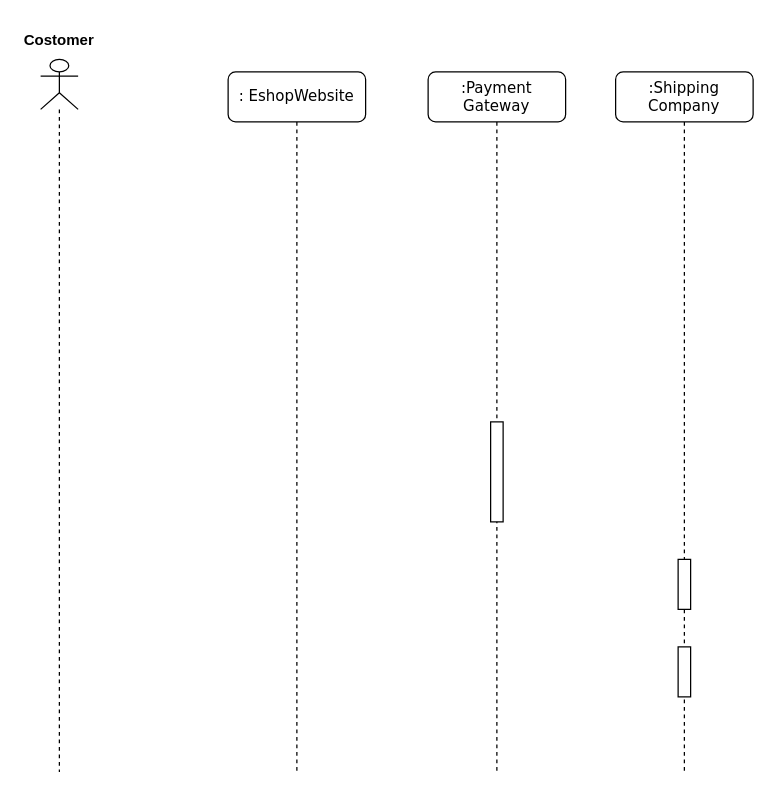
Earlier version of the draw.io diagram sequence Diagram.drawio (Arxonus/Programms). Source tidied: cells renumbered, new cells numbered last; positions are measured from the earlier drawing's top-left corner, leaving out a move shared by most shapes. Both pictures are drawn from the tidied source at 125%, with x=0, y=0 at pixel (21, 21).
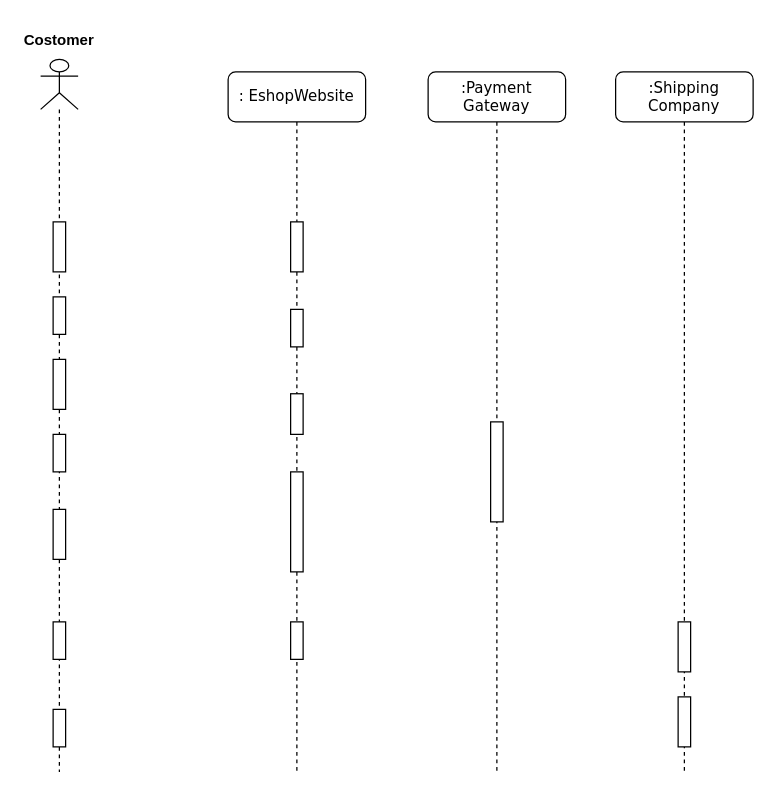
The same diagram, later.

Unchanged cells that the change refers to:
```xml
<mxCell id="2" value=": EshopWebsite" style="shape=umlLifeline;perimeter=lifelinePerimeter;whiteSpace=wrap;html=1;rounded=1;shadow=0;comic=0;labelBackgroundColor=none;strokeWidth=1;fontFamily=Verdana;fontSize=12;align=center;" parent="1" vertex="1">
  <mxGeometry x="165" y="40" width="110" height="560" as="geometry" />
</mxCell>
<mxCell id="5" value=":Shipping&lt;br&gt;Company" style="shape=umlLifeline;perimeter=lifelinePerimeter;whiteSpace=wrap;html=1;rounded=1;shadow=0;comic=0;labelBackgroundColor=none;strokeWidth=1;fontFamily=Verdana;fontSize=12;align=center;" parent="1" vertex="1">
  <mxGeometry x="475" y="40" width="110" height="560" as="geometry" />
</mxCell>
<mxCell id="8" style="shape=umlLifeline;perimeter=lifelinePerimeter;whiteSpace=wrap;html=1;newEdgeStyle={&quot;edgeStyle&quot;:&quot;elbowEdgeStyle&quot;,&quot;elbow&quot;:&quot;vertical&quot;,&quot;curved&quot;:0,&quot;rounded&quot;:0};participant=umlActor;" parent="1" vertex="1">
  <mxGeometry x="15" y="30" width="30" height="570" as="geometry" />
</mxCell>
```

The edit, as a diff of the source:
```diff
@@
+    <mxCell id="10" style="html=1;perimeter=orthogonalPerimeter;targetShapes=umlLifeline;newEdgeStyle={&quot;edgeStyle&quot;:&quot;elbowEdgeStyle&quot;,&quot;elbow&quot;:&quot;vertical&quot;,&quot;curved&quot;:0,&quot;rounded&quot;:0};" parent="2" vertex="1">
+      <mxGeometry x="50" y="120" width="10" height="40" as="geometry" />
+    </mxCell>
+    <mxCell id="11" style="html=1;perimeter=orthogonalPerimeter;targetShapes=umlLifeline;newEdgeStyle={&quot;edgeStyle&quot;:&quot;elbowEdgeStyle&quot;,&quot;elbow&quot;:&quot;vertical&quot;,&quot;curved&quot;:0,&quot;rounded&quot;:0};" parent="2" vertex="1">
+      <mxGeometry x="50" y="190" width="10" height="30" as="geometry" />
+    </mxCell>
+    <mxCell id="12" style="html=1;perimeter=orthogonalPerimeter;targetShapes=umlLifeline;newEdgeStyle={&quot;edgeStyle&quot;:&quot;elbowEdgeStyle&quot;,&quot;elbow&quot;:&quot;vertical&quot;,&quot;curved&quot;:0,&quot;rounded&quot;:0};" parent="2" vertex="1">
+      <mxGeometry x="50" y="257.5" width="10" height="32.5" as="geometry" />
+    </mxCell>
+    <mxCell id="13" style="html=1;perimeter=orthogonalPerimeter;targetShapes=umlLifeline;newEdgeStyle={&quot;edgeStyle&quot;:&quot;elbowEdgeStyle&quot;,&quot;elbow&quot;:&quot;vertical&quot;,&quot;curved&quot;:0,&quot;rounded&quot;:0};" parent="2" vertex="1">
+      <mxGeometry x="50" y="320" width="10" height="80" as="geometry" />
+    </mxCell>
+    <mxCell id="14" style="html=1;perimeter=orthogonalPerimeter;targetShapes=umlLifeline;newEdgeStyle={&quot;edgeStyle&quot;:&quot;elbowEdgeStyle&quot;,&quot;elbow&quot;:&quot;vertical&quot;,&quot;curved&quot;:0,&quot;rounded&quot;:0};" parent="2" vertex="1">
+      <mxGeometry x="50" y="440" width="10" height="30" as="geometry" />
+    </mxCell>
@@
     <mxCell id="6" style="html=1;perimeter=orthogonalPerimeter;targetShapes=umlLifeline;newEdgeStyle={&quot;edgeStyle&quot;:&quot;elbowEdgeStyle&quot;,&quot;elbow&quot;:&quot;vertical&quot;,&quot;curved&quot;:0,&quot;rounded&quot;:0};" parent="5" vertex="1">
-      <mxGeometry x="50" y="390" width="10" height="40" as="geometry" />
+      <mxGeometry x="50" y="440" width="10" height="40" as="geometry" />
     </mxCell>
     <mxCell id="7" style="html=1;perimeter=orthogonalPerimeter;targetShapes=umlLifeline;newEdgeStyle={&quot;edgeStyle&quot;:&quot;elbowEdgeStyle&quot;,&quot;elbow&quot;:&quot;vertical&quot;,&quot;curved&quot;:0,&quot;rounded&quot;:0};" parent="5" vertex="1">
-      <mxGeometry x="50" y="460" width="10" height="40" as="geometry" />
+      <mxGeometry x="50" y="500" width="10" height="40" as="geometry" />
     </mxCell>
@@
+    <mxCell id="15" style="html=1;perimeter=orthogonalPerimeter;targetShapes=umlLifeline;newEdgeStyle={&quot;edgeStyle&quot;:&quot;elbowEdgeStyle&quot;,&quot;elbow&quot;:&quot;vertical&quot;,&quot;curved&quot;:0,&quot;rounded&quot;:0};" parent="8" vertex="1">
+      <mxGeometry x="10" y="130" width="10" height="40" as="geometry" />
+    </mxCell>
+    <mxCell id="16" style="html=1;perimeter=orthogonalPerimeter;targetShapes=umlLifeline;newEdgeStyle={&quot;edgeStyle&quot;:&quot;elbowEdgeStyle&quot;,&quot;elbow&quot;:&quot;vertical&quot;,&quot;curved&quot;:0,&quot;rounded&quot;:0};" parent="8" vertex="1">
+      <mxGeometry x="10" y="190" width="10" height="30" as="geometry" />
+    </mxCell>
+    <mxCell id="17" style="html=1;perimeter=orthogonalPerimeter;targetShapes=umlLifeline;newEdgeStyle={&quot;edgeStyle&quot;:&quot;elbowEdgeStyle&quot;,&quot;elbow&quot;:&quot;vertical&quot;,&quot;curved&quot;:0,&quot;rounded&quot;:0};" parent="8" vertex="1">
+      <mxGeometry x="10" y="240" width="10" height="40" as="geometry" />
+    </mxCell>
+    <mxCell id="18" style="html=1;perimeter=orthogonalPerimeter;targetShapes=umlLifeline;newEdgeStyle={&quot;edgeStyle&quot;:&quot;elbowEdgeStyle&quot;,&quot;elbow&quot;:&quot;vertical&quot;,&quot;curved&quot;:0,&quot;rounded&quot;:0};" parent="8" vertex="1">
+      <mxGeometry x="10" y="300" width="10" height="30" as="geometry" />
+    </mxCell>
+    <mxCell id="19" style="html=1;perimeter=orthogonalPerimeter;targetShapes=umlLifeline;newEdgeStyle={&quot;edgeStyle&quot;:&quot;elbowEdgeStyle&quot;,&quot;elbow&quot;:&quot;vertical&quot;,&quot;curved&quot;:0,&quot;rounded&quot;:0};" parent="8" vertex="1">
+      <mxGeometry x="10" y="360" width="10" height="40" as="geometry" />
+    </mxCell>
+    <mxCell id="20" style="html=1;perimeter=orthogonalPerimeter;targetShapes=umlLifeline;newEdgeStyle={&quot;edgeStyle&quot;:&quot;elbowEdgeStyle&quot;,&quot;elbow&quot;:&quot;vertical&quot;,&quot;curved&quot;:0,&quot;rounded&quot;:0};" parent="8" vertex="1">
+      <mxGeometry x="10" y="450" width="10" height="30" as="geometry" />
+    </mxCell>
+    <mxCell id="21" style="html=1;perimeter=orthogonalPerimeter;targetShapes=umlLifeline;newEdgeStyle={&quot;edgeStyle&quot;:&quot;elbowEdgeStyle&quot;,&quot;elbow&quot;:&quot;vertical&quot;,&quot;curved&quot;:0,&quot;rounded&quot;:0};" parent="8" vertex="1">
+      <mxGeometry x="10" y="520" width="10" height="30" as="geometry" />
+    </mxCell>
```
